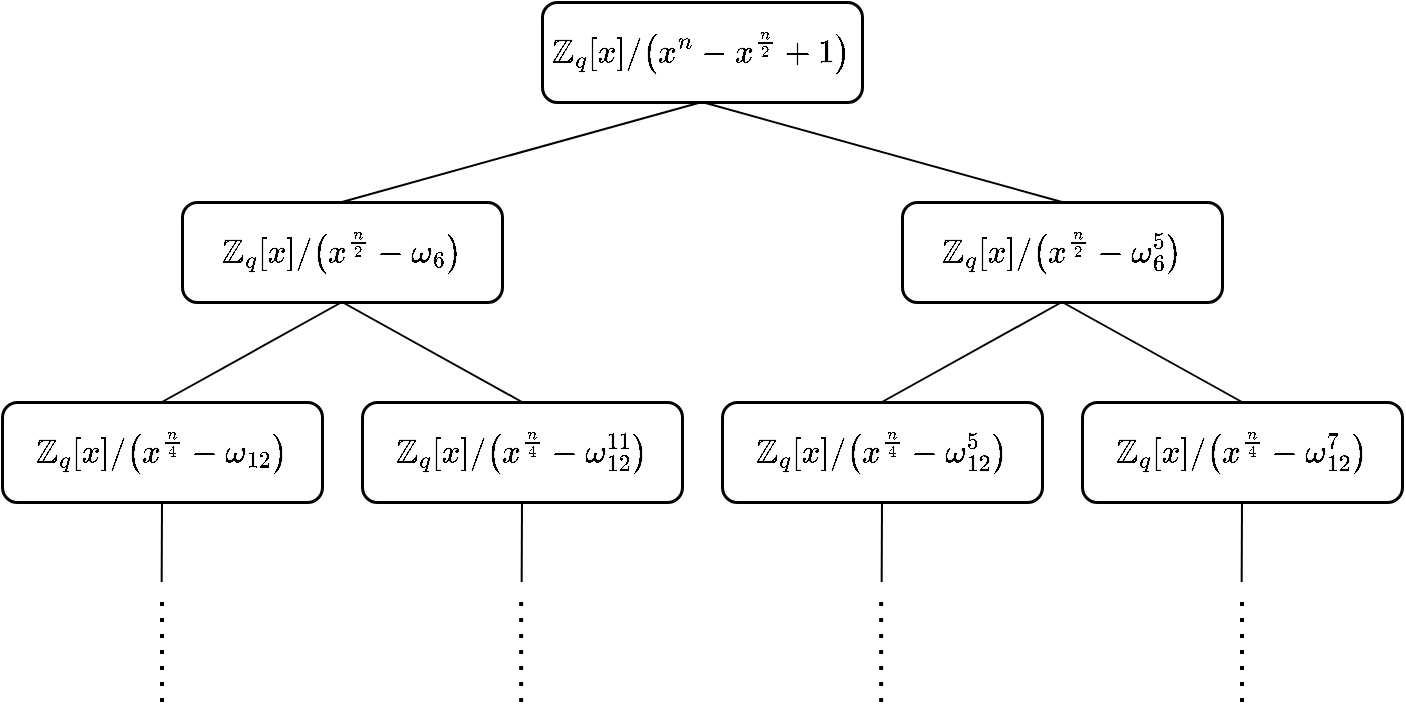
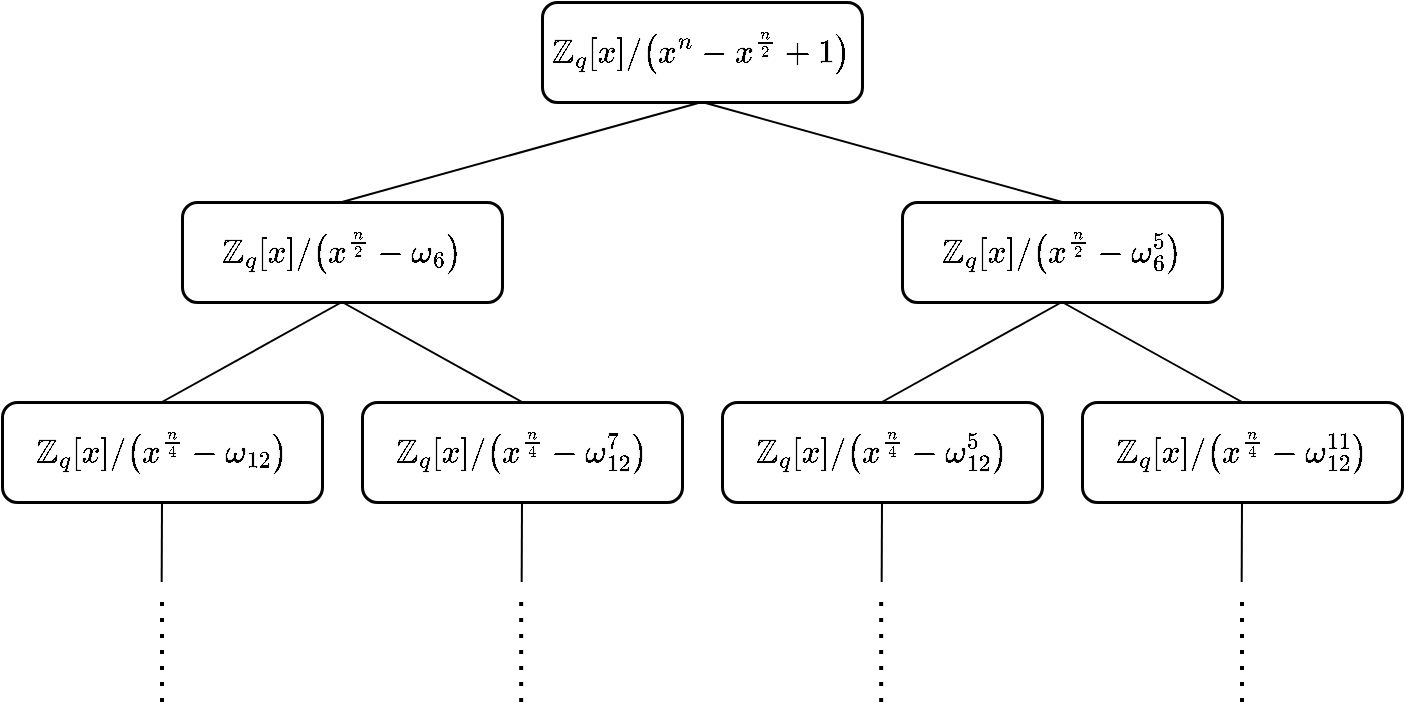
- <mxfile host="app.diagrams.net" agent="Mozilla/5.0 (Windows NT 10.0; Win64; x64) AppleWebKit/537.36 (KHTML, like Gecko) Chrome/142.0.0.0 Safari/537.36" version="29.2.6">
+ <mxfile host="app.diagrams.net" agent="Mozilla/5.0 (Windows NT 10.0; Win64; x64) AppleWebKit/537.36 (KHTML, like Gecko) Chrome/142.0.0.0 Safari/537.36">
  <diagram name="Decomposition of x^n - x^{n/2} + 1" id="Q0wKPJL2N-FDqw9fKTbV">
-     <mxGraphModel dx="1011" dy="608" grid="1" gridSize="10" guides="1" tooltips="1" connect="1" arrows="1" fold="1" page="1" pageScale="1" pageWidth="1169" pageHeight="827" math="1" shadow="0">
+     <mxGraphModel dx="1204" dy="779" grid="1" gridSize="10" guides="1" tooltips="1" connect="1" arrows="1" fold="1" page="1" pageScale="1" pageWidth="1169" pageHeight="827" math="1" shadow="0">
      <root>
        <mxCell id="0" />
        <mxCell id="1" parent="0" />
        <mxCell id="ShR7Ecq3hpIVR68jaXmY-18" edge="1" parent="1" source="ShR7Ecq3hpIVR68jaXmY-1" style="rounded=0;orthogonalLoop=1;jettySize=auto;html=1;exitX=0.5;exitY=1;exitDx=0;exitDy=0;entryX=0.5;entryY=0;entryDx=0;entryDy=0;endArrow=none;endFill=0;fontSize=14;" target="ShR7Ecq3hpIVR68jaXmY-21">
          <mxGeometry relative="1" as="geometry">
            <mxPoint x="780" y="270" as="targetPoint" />
          </mxGeometry>
        </mxCell>
        <mxCell id="ShR7Ecq3hpIVR68jaXmY-19" edge="1" parent="1" source="ShR7Ecq3hpIVR68jaXmY-1" style="rounded=0;orthogonalLoop=1;jettySize=auto;html=1;exitX=0.5;exitY=1;exitDx=0;exitDy=0;endArrow=none;endFill=0;entryX=0.5;entryY=0;entryDx=0;entryDy=0;fontSize=14;" target="ShR7Ecq3hpIVR68jaXmY-20">
          <mxGeometry relative="1" as="geometry">
            <mxPoint x="310" y="270" as="targetPoint" />
          </mxGeometry>
        </mxCell>
        <mxCell id="ShR7Ecq3hpIVR68jaXmY-1" parent="1" style="rounded=1;whiteSpace=wrap;html=1;strokeWidth=1.5;fontSize=14;" value="`\mathbb{Z}_{q} [x] \/ (x^n - x^{n/2} + 1)`" vertex="1">
          <mxGeometry height="50" width="160" x="430" y="150" as="geometry" />
        </mxCell>
        <mxCell id="ShR7Ecq3hpIVR68jaXmY-27" edge="1" parent="1" source="ShR7Ecq3hpIVR68jaXmY-20" style="rounded=0;orthogonalLoop=1;jettySize=auto;html=1;exitX=0.5;exitY=1;exitDx=0;exitDy=0;entryX=0.5;entryY=0;entryDx=0;entryDy=0;endArrow=none;endFill=0;" target="ShR7Ecq3hpIVR68jaXmY-23">
          <mxGeometry relative="1" as="geometry" />
        </mxCell>
        <mxCell id="ShR7Ecq3hpIVR68jaXmY-28" edge="1" parent="1" source="ShR7Ecq3hpIVR68jaXmY-20" style="edgeStyle=none;shape=connector;rounded=0;orthogonalLoop=1;jettySize=auto;html=1;exitX=0.5;exitY=1;exitDx=0;exitDy=0;entryX=0.5;entryY=0;entryDx=0;entryDy=0;strokeColor=default;align=center;verticalAlign=middle;fontFamily=Helvetica;fontSize=11;fontColor=default;labelBackgroundColor=default;endArrow=none;endFill=0;" target="ShR7Ecq3hpIVR68jaXmY-24">
          <mxGeometry relative="1" as="geometry" />
        </mxCell>
        <mxCell id="ShR7Ecq3hpIVR68jaXmY-20" parent="1" style="rounded=1;whiteSpace=wrap;html=1;strokeWidth=1.5;fontSize=14;" value="`\mathbb{Z}_{q} [x] \/ (x^{n/2} - \omega_6)`" vertex="1">
          <mxGeometry height="50" width="160" x="250" y="250" as="geometry" />
        </mxCell>
        <mxCell id="ShR7Ecq3hpIVR68jaXmY-29" edge="1" parent="1" source="ShR7Ecq3hpIVR68jaXmY-21" style="edgeStyle=none;shape=connector;rounded=0;orthogonalLoop=1;jettySize=auto;html=1;exitX=0.5;exitY=1;exitDx=0;exitDy=0;entryX=0.5;entryY=0;entryDx=0;entryDy=0;strokeColor=default;align=center;verticalAlign=middle;fontFamily=Helvetica;fontSize=11;fontColor=default;labelBackgroundColor=default;endArrow=none;endFill=0;" target="ShR7Ecq3hpIVR68jaXmY-25">
          <mxGeometry relative="1" as="geometry" />
        </mxCell>
        <mxCell id="ShR7Ecq3hpIVR68jaXmY-31" edge="1" parent="1" source="ShR7Ecq3hpIVR68jaXmY-21" style="edgeStyle=none;shape=connector;rounded=0;orthogonalLoop=1;jettySize=auto;html=1;exitX=0.5;exitY=1;exitDx=0;exitDy=0;entryX=0.5;entryY=0;entryDx=0;entryDy=0;strokeColor=default;align=center;verticalAlign=middle;fontFamily=Helvetica;fontSize=11;fontColor=default;labelBackgroundColor=default;endArrow=none;endFill=0;" target="ShR7Ecq3hpIVR68jaXmY-26">
          <mxGeometry relative="1" as="geometry" />
        </mxCell>
        <mxCell id="ShR7Ecq3hpIVR68jaXmY-21" parent="1" style="rounded=1;whiteSpace=wrap;html=1;strokeWidth=1.5;fontSize=14;" value="`\mathbb{Z}_{q} [x] \/ (x^{n/2} - \omega_{6}^5)`" vertex="1">
          <mxGeometry height="50" width="160" x="610" y="250" as="geometry" />
        </mxCell>
        <mxCell id="ShR7Ecq3hpIVR68jaXmY-32" edge="1" parent="1" source="ShR7Ecq3hpIVR68jaXmY-23" style="edgeStyle=none;shape=connector;rounded=0;orthogonalLoop=1;jettySize=auto;html=1;exitX=0.5;exitY=1;exitDx=0;exitDy=0;strokeColor=default;align=center;verticalAlign=middle;fontFamily=Helvetica;fontSize=11;fontColor=default;labelBackgroundColor=default;endArrow=none;endFill=0;">
          <mxGeometry relative="1" as="geometry">
            <mxPoint x="239.83333333333348" y="440" as="targetPoint" />
          </mxGeometry>
        </mxCell>
        <mxCell id="ShR7Ecq3hpIVR68jaXmY-23" parent="1" style="rounded=1;whiteSpace=wrap;html=1;strokeWidth=1.5;fontSize=14;" value="`\mathbb{Z}_{q} [x] \/ (x^{n/4} - \omega_12)`" vertex="1">
          <mxGeometry height="50" width="160" x="160" y="350" as="geometry" />
        </mxCell>
        <mxCell id="ShR7Ecq3hpIVR68jaXmY-33" edge="1" parent="1" source="ShR7Ecq3hpIVR68jaXmY-24" style="edgeStyle=none;shape=connector;rounded=0;orthogonalLoop=1;jettySize=auto;html=1;exitX=0.5;exitY=1;exitDx=0;exitDy=0;strokeColor=default;align=center;verticalAlign=middle;fontFamily=Helvetica;fontSize=11;fontColor=default;labelBackgroundColor=default;endArrow=none;endFill=0;">
          <mxGeometry relative="1" as="geometry">
            <mxPoint x="419.8333333333335" y="440" as="targetPoint" />
          </mxGeometry>
        </mxCell>
-         <mxCell id="ShR7Ecq3hpIVR68jaXmY-24" parent="1" style="rounded=1;whiteSpace=wrap;html=1;strokeWidth=1.5;fontSize=14;" value="`\mathbb{Z}_{q} [x] \/ (x^{n/4} - \omega_{12}^{11})`" vertex="1">
+         <mxCell id="ShR7Ecq3hpIVR68jaXmY-24" parent="1" style="rounded=1;whiteSpace=wrap;html=1;strokeWidth=1.5;fontSize=14;" value="`\mathbb{Z}_{q} [x] \/ (x^{n/4} - \omega_{12}^{7})`" vertex="1">
          <mxGeometry height="50" width="160" x="340" y="350" as="geometry" />
        </mxCell>
        <mxCell id="ShR7Ecq3hpIVR68jaXmY-34" edge="1" parent="1" source="ShR7Ecq3hpIVR68jaXmY-25" style="edgeStyle=none;shape=connector;rounded=0;orthogonalLoop=1;jettySize=auto;html=1;exitX=0.5;exitY=1;exitDx=0;exitDy=0;strokeColor=default;align=center;verticalAlign=middle;fontFamily=Helvetica;fontSize=11;fontColor=default;labelBackgroundColor=default;endArrow=none;endFill=0;">
          <mxGeometry relative="1" as="geometry">
            <mxPoint x="599.8333333333335" y="440" as="targetPoint" />
          </mxGeometry>
        </mxCell>
        <mxCell id="ShR7Ecq3hpIVR68jaXmY-25" parent="1" style="rounded=1;whiteSpace=wrap;html=1;strokeWidth=1.5;fontSize=14;" value="`\mathbb{Z}_{q} [x] \/ (x^{n/4} - \omega_{12}^{5})`" vertex="1">
          <mxGeometry height="50" width="160" x="520" y="350" as="geometry" />
        </mxCell>
        <mxCell id="ShR7Ecq3hpIVR68jaXmY-35" edge="1" parent="1" source="ShR7Ecq3hpIVR68jaXmY-26" style="edgeStyle=none;shape=connector;rounded=0;orthogonalLoop=1;jettySize=auto;html=1;exitX=0.5;exitY=1;exitDx=0;exitDy=0;strokeColor=default;align=center;verticalAlign=middle;fontFamily=Helvetica;fontSize=11;fontColor=default;labelBackgroundColor=default;endArrow=none;endFill=0;">
          <mxGeometry relative="1" as="geometry">
            <mxPoint x="779.8333333333335" y="440" as="targetPoint" />
          </mxGeometry>
        </mxCell>
-         <mxCell id="ShR7Ecq3hpIVR68jaXmY-26" parent="1" style="rounded=1;whiteSpace=wrap;html=1;strokeWidth=1.5;fontSize=14;" value="`\mathbb{Z}_{q} [x] \/ (x^{n/4} - \omega_{12}^{7})`" vertex="1">
+         <mxCell id="ShR7Ecq3hpIVR68jaXmY-26" parent="1" style="rounded=1;whiteSpace=wrap;html=1;strokeWidth=1.5;fontSize=14;" value="`\mathbb{Z}_{q} [x] \/ (x^{n/4} - \omega_{12}^{11})`" vertex="1">
          <mxGeometry height="50" width="160" x="700" y="350" as="geometry" />
        </mxCell>
        <mxCell id="ShR7Ecq3hpIVR68jaXmY-36" edge="1" parent="1" style="endArrow=none;dashed=1;html=1;dashPattern=1 3;strokeWidth=2;rounded=0;strokeColor=default;align=center;verticalAlign=middle;fontFamily=Helvetica;fontSize=11;fontColor=default;labelBackgroundColor=default;" value="">
          <mxGeometry height="50" relative="1" width="50" as="geometry">
            <mxPoint x="240" y="450" as="sourcePoint" />
            <mxPoint x="240" y="500" as="targetPoint" />
          </mxGeometry>
        </mxCell>
        <mxCell id="ShR7Ecq3hpIVR68jaXmY-38" edge="1" parent="1" style="endArrow=none;dashed=1;html=1;dashPattern=1 3;strokeWidth=2;rounded=0;strokeColor=default;align=center;verticalAlign=middle;fontFamily=Helvetica;fontSize=11;fontColor=default;labelBackgroundColor=default;" value="">
          <mxGeometry height="50" relative="1" width="50" as="geometry">
            <mxPoint x="419.58" y="450" as="sourcePoint" />
            <mxPoint x="419.58" y="500" as="targetPoint" />
          </mxGeometry>
        </mxCell>
        <mxCell id="ShR7Ecq3hpIVR68jaXmY-39" edge="1" parent="1" style="endArrow=none;dashed=1;html=1;dashPattern=1 3;strokeWidth=2;rounded=0;strokeColor=default;align=center;verticalAlign=middle;fontFamily=Helvetica;fontSize=11;fontColor=default;labelBackgroundColor=default;" value="">
          <mxGeometry height="50" relative="1" width="50" as="geometry">
            <mxPoint x="599.58" y="450" as="sourcePoint" />
            <mxPoint x="599.58" y="500" as="targetPoint" />
          </mxGeometry>
        </mxCell>
        <mxCell id="ShR7Ecq3hpIVR68jaXmY-40" edge="1" parent="1" style="endArrow=none;dashed=1;html=1;dashPattern=1 3;strokeWidth=2;rounded=0;strokeColor=default;align=center;verticalAlign=middle;fontFamily=Helvetica;fontSize=11;fontColor=default;labelBackgroundColor=default;" value="">
          <mxGeometry height="50" relative="1" width="50" as="geometry">
            <mxPoint x="780" y="450" as="sourcePoint" />
            <mxPoint x="780" y="500" as="targetPoint" />
          </mxGeometry>
        </mxCell>
      </root>
    </mxGraphModel>
  </diagram>
</mxfile>
